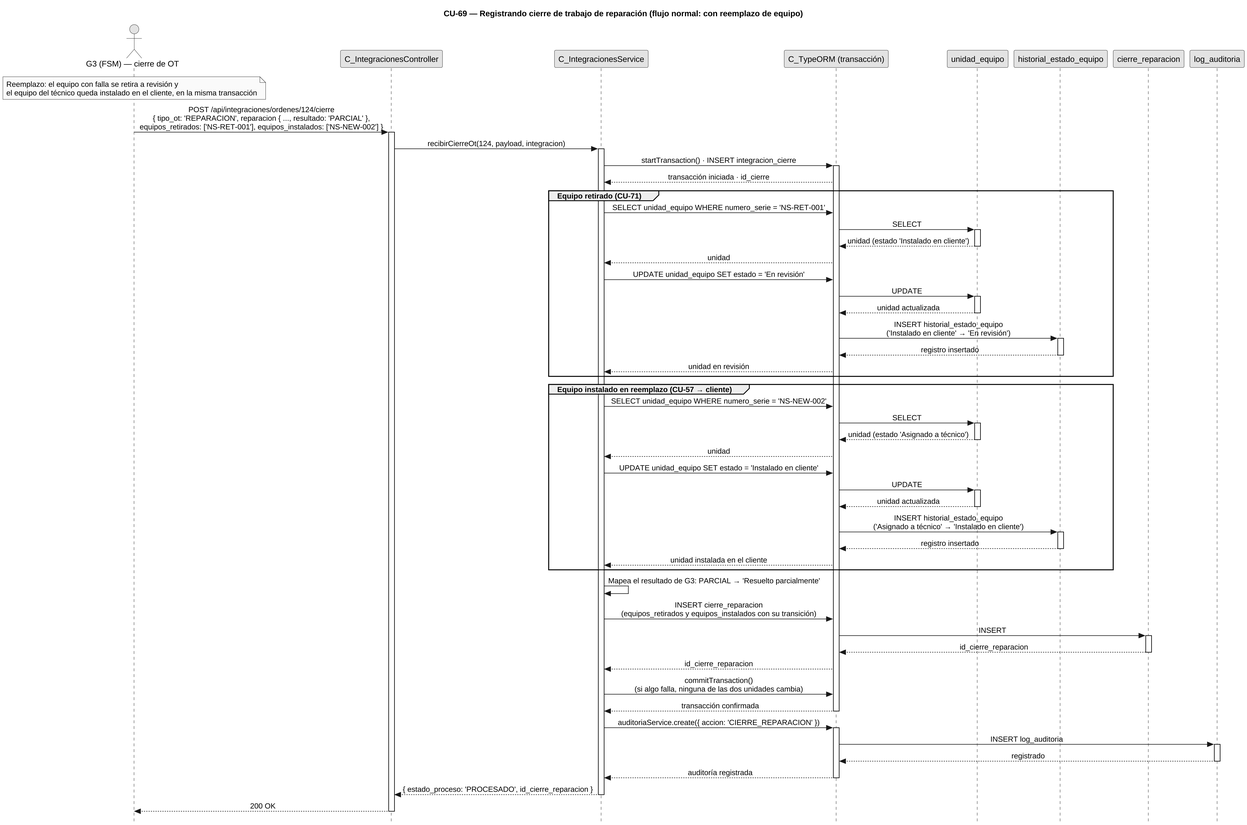
FSM-Finet-y-Cable-Magico/Team_1-Inventario-y-Bodega keeps this PlantUML diagram as diagramas/diagramas-secuencia/CU69/CU69-normal-reemplazo.png. Above is the earlier version.
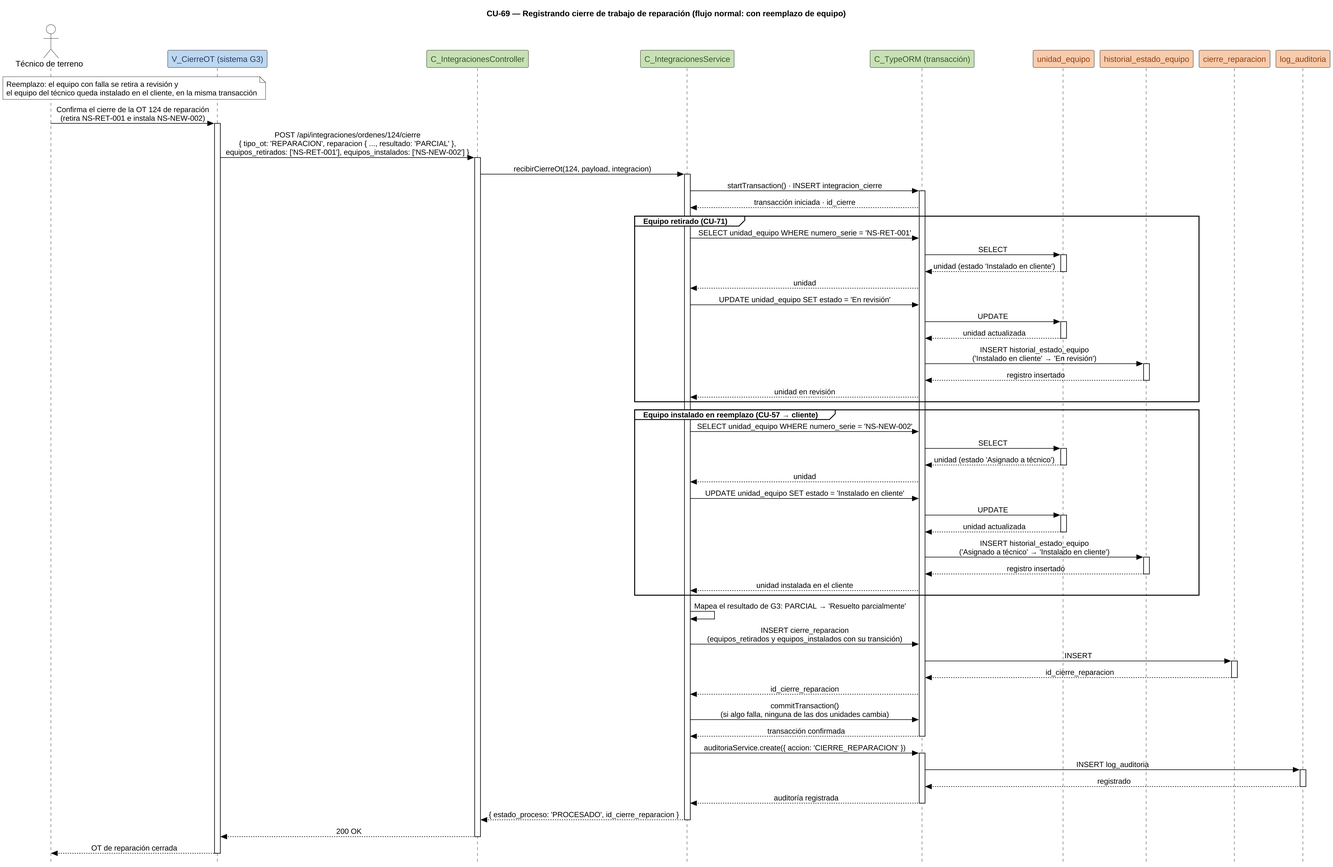
Later version of the same file.

Commit message:
docs(I3): secuencias CU-64 y CU-69 parten en vista y con colores por capa

The edit, as a diff of the source:
```diff
@@ -9,7 +9,19 @@
 skinparam sequenceDividerShadowing false
 title CU-69 — Registrando cierre de trabajo de reparación (flujo normal: con reemplazo de equipo)
 skinparam style strictuml
-skinparam monochrome true
+skinparam ParticipantBackgroundColor white
+skinparam ParticipantBorderColor black
+skinparam ActorBackgroundColor white
+skinparam ActorBorderColor black
+skinparam ArrowColor black
+skinparam SequenceLifeLineBackgroundColor white
+skinparam SequenceGroupBorderColor black
+skinparam SequenceGroupBackgroundColor white
+skinparam SequenceGroupHeaderFontColor black
+skinparam NoteBackgroundColor white
+skinparam NoteBorderColor black
+skinparam TitleFontColor black
+hide stereotype
 skinparam shadowing false
 skinparam sequenceMessageAlign center
 <style>
@@ -20,6 +32,9 @@
   actor {
     margin 12
   }
+  .vista { BackGroundColor #BDD7EF ; FontColor #223C67 }
+  .controlador { BackGroundColor #C7E1B5 ; FontColor #37571F }
+  .persistencia { BackGroundColor #F9CBAD ; FontColor #894212 }
 }
 </style>
 skinparam sequence {
@@ -28,17 +43,19 @@
 }
 hide footbox
 
-actor "G3 (FSM) — cierre de OT" as g3
-participant "C_IntegracionesController" as ctrl
-participant "C_IntegracionesService" as svc
-participant "C_TypeORM (transacción)" as orm
-participant "unidad_equipo" as uent
-participant "historial_estado_equipo" as hent
-participant "cierre_reparacion" as crep
-participant "log_auditoria" as aent
+actor "Técnico de terreno" as tec
+participant "V_CierreOT (sistema G3)" as g3 <<vista>>
+participant "C_IntegracionesController" as ctrl <<controlador>>
+participant "C_IntegracionesService" as svc <<controlador>>
+participant "C_TypeORM (transacción)" as orm <<controlador>>
+participant "unidad_equipo" as uent <<persistencia>>
+participant "historial_estado_equipo" as hent <<persistencia>>
+participant "cierre_reparacion" as crep <<persistencia>>
+participant "log_auditoria" as aent <<persistencia>>
+note over tec, g3 : Reemplazo: el equipo con falla se retira a revisión y\nel equipo del técnico queda instalado en el cliente, en la misma transacción
 
-note over g3 : Reemplazo: el equipo con falla se retira a revisión y\nel equipo del técnico queda instalado en el cliente, en la misma transacción
-
+tec -> g3 : Confirma el cierre de la OT 124 de reparación\n(retira NS-RET-001 e instala NS-NEW-002)
+activate g3
 g3 -> ctrl : POST /api/integraciones/ordenes/124/cierre\n{ tipo_ot: 'REPARACION', reparacion { ..., resultado: 'PARCIAL' },\nequipos_retirados: ['NS-RET-001'], equipos_instalados: ['NS-NEW-002'] }
 activate ctrl
 ctrl -> svc : recibirCierreOt(124, payload, integracion)
@@ -112,5 +129,7 @@
 deactivate svc
 ctrl --> g3 : 200 OK
 deactivate ctrl
+g3 --> tec : OT de reparación cerrada
+deactivate g3
 
 @enduml
```
